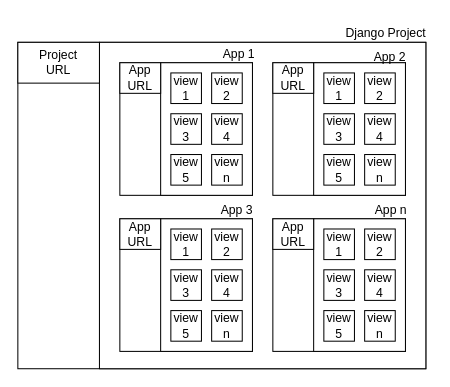
jb-sio/flowchart keeps this draw.io diagram as Diagram/Django Architecture.drawio. Above is the earlier version. Source tidied: cells renumbered, new cells numbered last; positions are measured from the earlier drawing's top-left corner, leaving out a move shared by most shapes. Both pictures are drawn from the tidied source at 102%, with x=0, y=0 at pixel (17, 17).
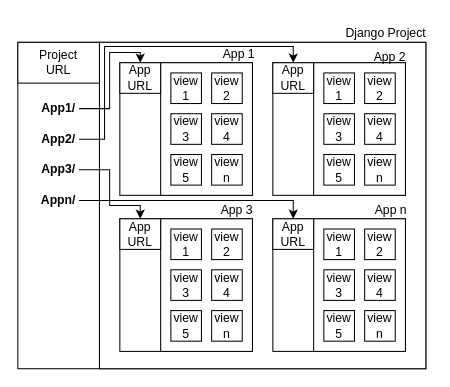
After the change.

The change refers to these unchanged cells:
```xml
<mxCell id="20" value="App&lt;div&gt;URL&lt;/div&gt;" style="text;html=1;align=center;verticalAlign=middle;whiteSpace=wrap;rounded=0;" parent="1" vertex="1">
  <mxGeometry x="255" y="44" width="30" height="30" as="geometry" />
</mxCell>
<mxCell id="22" value="App&lt;div&gt;URL&lt;/div&gt;" style="text;html=1;align=center;verticalAlign=middle;whiteSpace=wrap;rounded=0;" parent="1" vertex="1">
  <mxGeometry x="105" y="197" width="30" height="30" as="geometry" />
</mxCell>
<mxCell id="24" value="App&lt;div&gt;URL&lt;/div&gt;" style="text;html=1;align=center;verticalAlign=middle;whiteSpace=wrap;rounded=0;" parent="1" vertex="1">
  <mxGeometry x="255" y="197" width="30" height="30" as="geometry" />
</mxCell>
<mxCell id="26" value="App&lt;div&gt;URL&lt;/div&gt;" style="text;html=1;align=center;verticalAlign=middle;whiteSpace=wrap;rounded=0;" parent="1" vertex="1">
  <mxGeometry x="105" y="44" width="30" height="30" as="geometry" />
</mxCell>
```

What changed in the source:
```diff
@@
+    <mxCell id="75" style="edgeStyle=orthogonalEdgeStyle;rounded=0;jettySize=auto;html=1;exitX=1;exitY=0.5;exitDx=0;exitDy=0;entryX=0.5;entryY=0;entryDx=0;entryDy=0;" parent="1" edge="1" target="26">
+      <mxGeometry relative="1" as="geometry">
+        <mxPoint x="60" y="89" as="sourcePoint" />
+        <Array as="points">
+          <mxPoint x="90" y="89" />
+          <mxPoint x="90" y="34" />
+          <mxPoint x="120" y="34" />
+        </Array>
+      </mxGeometry>
+    </mxCell>
+    <mxCell id="76" value="App1/" style="text;html=1;align=center;verticalAlign=middle;whiteSpace=wrap;rounded=0;fontStyle=1;" parent="1" vertex="1">
+      <mxGeometry x="20" y="74" width="40" height="30" as="geometry" />
+    </mxCell>
+    <mxCell id="77" style="edgeStyle=orthogonalEdgeStyle;rounded=0;jettySize=auto;html=1;exitX=1;exitY=0.5;exitDx=0;exitDy=0;entryX=0.5;entryY=0;entryDx=0;entryDy=0;" parent="1" edge="1" source="78" target="20">
+      <mxGeometry relative="1" as="geometry">
+        <Array as="points">
+          <mxPoint x="85" y="119" />
+          <mxPoint x="85" y="28" />
+          <mxPoint x="270" y="28" />
+        </Array>
+      </mxGeometry>
+    </mxCell>
+    <mxCell id="78" value="App2/" style="text;html=1;align=center;verticalAlign=middle;whiteSpace=wrap;rounded=0;fontStyle=1;" parent="1" vertex="1">
+      <mxGeometry x="20" y="104" width="40" height="30" as="geometry" />
+    </mxCell>
+    <mxCell id="79" style="edgeStyle=orthogonalEdgeStyle;rounded=0;jettySize=auto;html=1;exitX=1;exitY=0.5;exitDx=0;exitDy=0;entryX=0.5;entryY=0;entryDx=0;entryDy=0;" parent="1" edge="1" source="80" target="22">
+      <mxGeometry relative="1" as="geometry">
+        <Array as="points">
+          <mxPoint x="90" y="149" />
+          <mxPoint x="90" y="184" />
+          <mxPoint x="120" y="184" />
+        </Array>
+      </mxGeometry>
+    </mxCell>
+    <mxCell id="80" value="App3&lt;span style=&quot;background-color: initial;&quot;&gt;/&lt;/span&gt;" style="text;html=1;align=center;verticalAlign=middle;whiteSpace=wrap;rounded=0;fontStyle=1;" parent="1" vertex="1">
+      <mxGeometry x="20" y="134" width="40" height="30" as="geometry" />
+    </mxCell>
+    <mxCell id="81" style="edgeStyle=orthogonalEdgeStyle;rounded=0;jettySize=auto;html=1;exitX=1;exitY=0.5;exitDx=0;exitDy=0;entryX=0.5;entryY=0;entryDx=0;entryDy=0;" parent="1" edge="1" source="82" target="24">
+      <mxGeometry relative="1" as="geometry">
+        <Array as="points">
+          <mxPoint x="270" y="179" />
+        </Array>
+      </mxGeometry>
+    </mxCell>
+    <mxCell id="82" value="Appn&lt;span style=&quot;background-color: initial;&quot;&gt;/&lt;/span&gt;" style="text;html=1;align=center;verticalAlign=middle;whiteSpace=wrap;rounded=0;fontStyle=1;" parent="1" vertex="1">
+      <mxGeometry x="20" y="164" width="40" height="30" as="geometry" />
+    </mxCell>
```
